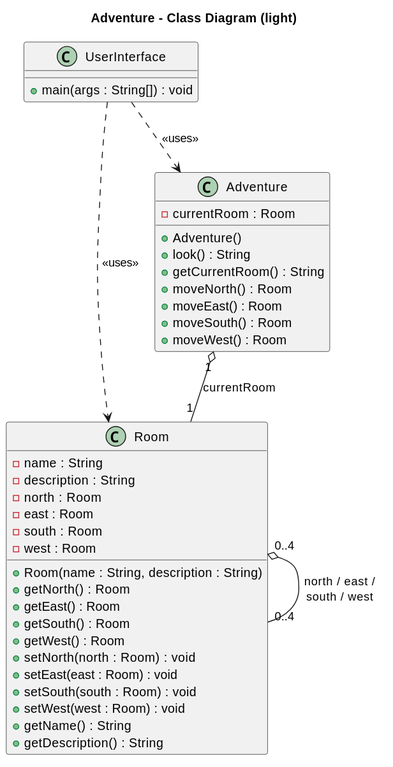
mwnDK1402/Adventure keeps this PlantUML diagram as docs/class-diagram-light.svg. Above is the earlier version.
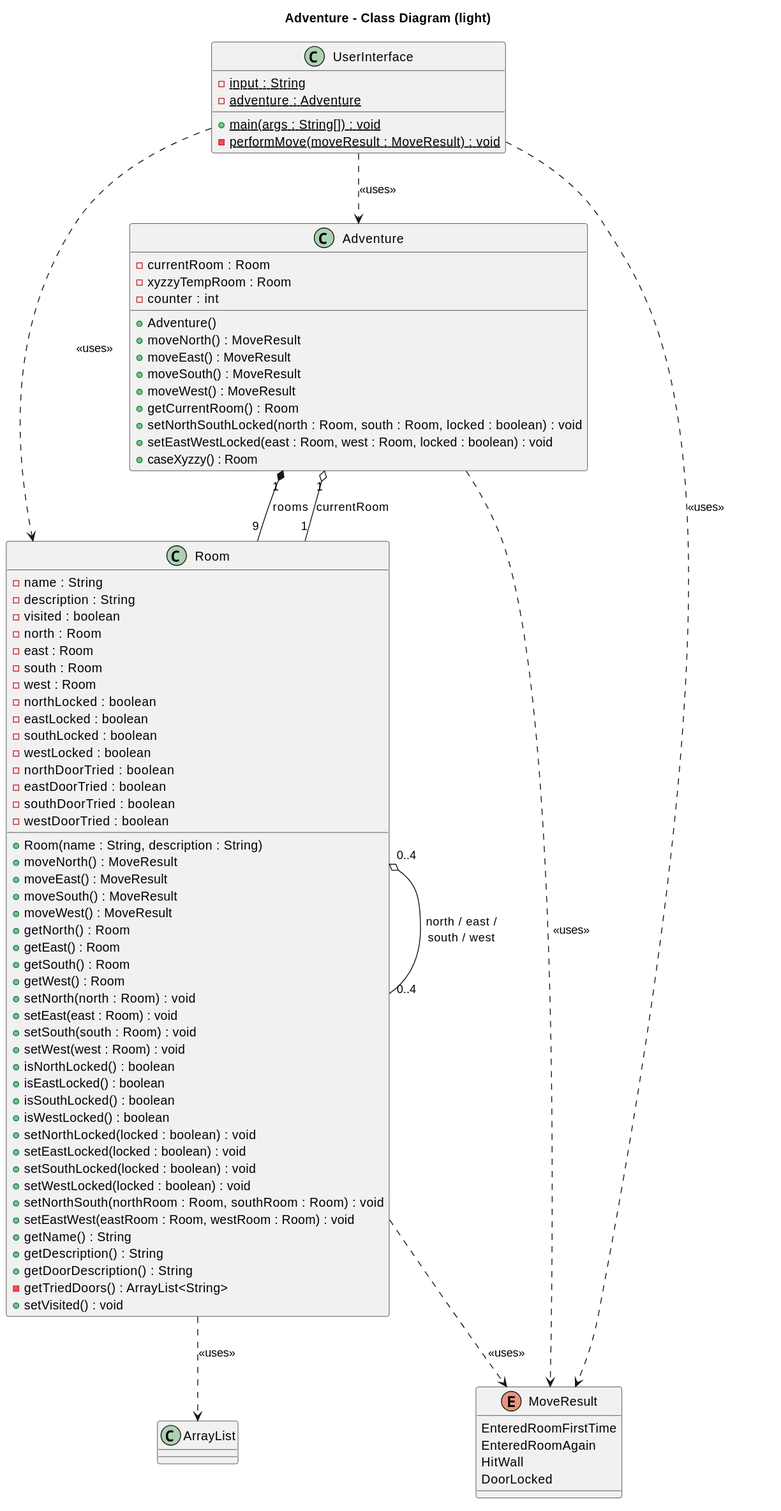
After the commit.

Commit message:
Update class diagrams for Day 2 changes

Change to the diagram source:
```diff
@@ -10,6 +10,10 @@
     ClassAttributeFontColor #000000
     ClassAttributeIconColor #000000
     ClassStereotypeFontColor #000000
+    EnumBackgroundColor #F1F1F1
+    EnumBorderColor #181818
+    EnumFontColor #000000
+    EnumTitleFontColor #000000
     TitleFontColor #000000
     DefaultFontColor #000000
 }
@@ -17,11 +21,24 @@
 class Room {
     - name : String
     - description : String
+    - visited : boolean
     - north : Room
     - east : Room
     - south : Room
     - west : Room
+    - northLocked : boolean
+    - eastLocked : boolean
+    - southLocked : boolean
+    - westLocked : boolean
+    - northDoorTried : boolean
+    - eastDoorTried : boolean
+    - southDoorTried : boolean
+    - westDoorTried : boolean
     + Room(name : String, description : String)
+    + moveNorth() : MoveResult
+    + moveEast() : MoveResult
+    + moveSouth() : MoveResult
+    + moveWest() : MoveResult
     + getNorth() : Room
     + getEast() : Room
     + getSouth() : Room
@@ -30,27 +47,59 @@
     + setEast(east : Room) : void
     + setSouth(south : Room) : void
     + setWest(west : Room) : void
+    + isNorthLocked() : boolean
+    + isEastLocked() : boolean
+    + isSouthLocked() : boolean
+    + isWestLocked() : boolean
+    + setNorthLocked(locked : boolean) : void
+    + setEastLocked(locked : boolean) : void
+    + setSouthLocked(locked : boolean) : void
+    + setWestLocked(locked : boolean) : void
+    + setNorthSouth(northRoom : Room, southRoom : Room) : void
+    + setEastWest(eastRoom : Room, westRoom : Room) : void
     + getName() : String
     + getDescription() : String
+    + getDoorDescription() : String
+    - getTriedDoors() : ArrayList<String>
+    + setVisited() : void
+}
+
+enum MoveResult {
+    EnteredRoomFirstTime
+    EnteredRoomAgain
+    HitWall
+    DoorLocked
 }
 
 class Adventure {
     - currentRoom : Room
+    - xyzzyTempRoom : Room
+    - counter : int
     + Adventure()
-    + look() : String
-    + getCurrentRoom() : String
-    + moveNorth() : Room
-    + moveEast() : Room
-    + moveSouth() : Room
-    + moveWest() : Room
+    + moveNorth() : MoveResult
+    + moveEast() : MoveResult
+    + moveSouth() : MoveResult
+    + moveWest() : MoveResult
+    + getCurrentRoom() : Room
+    + setNorthSouthLocked(north : Room, south : Room, locked : boolean) : void
+    + setEastWestLocked(east : Room, west : Room, locked : boolean) : void
+    + caseXyzzy() : Room
 }
 
 class UserInterface {
-    + main(args : String[]) : void
+    - {static} input : String
+    - {static} adventure : Adventure
+    + {static} main(args : String[]) : void
+    - {static} performMove(moveResult : MoveResult) : void
 }
 
 Adventure "1" o-- "1" Room : currentRoom
+Adventure "1" *-- "9" Room : rooms
 Room "0..4" o-- "0..4" Room : north / east /\nsouth / west
+Room ..> MoveResult : <<uses>>
+Adventure ..> MoveResult : <<uses>>
+Room ..> ArrayList : <<uses>>
 UserInterface ..> Adventure : <<uses>>
 UserInterface ..> Room : <<uses>>
+UserInterface ..> MoveResult : <<uses>>
 @enduml
```
